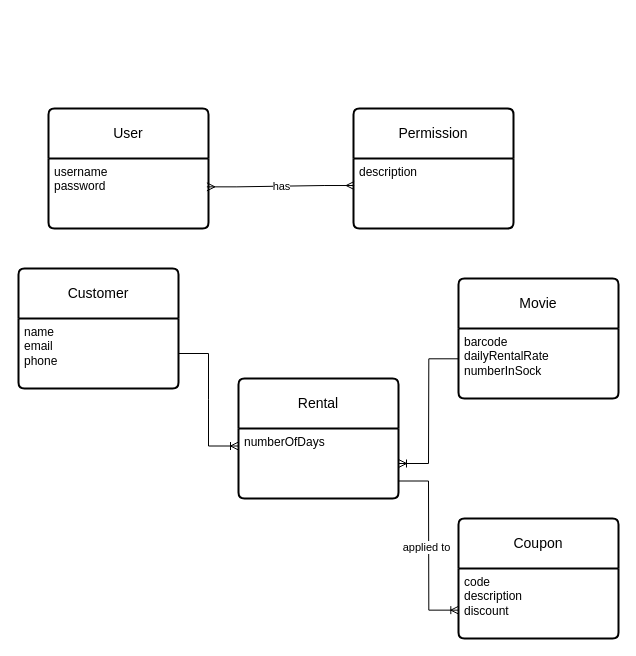
Earlier version of the draw.io diagram Vidly.drawio (NotMax0/MySQLTutorial). Source tidied: cells renumbered, new cells numbered last; positions are measured from the earlier drawing's top-left corner, leaving out a move shared by most shapes. Both pictures are drawn from the tidied source at 100%, with x=0, y=0 at pixel (18, 108).
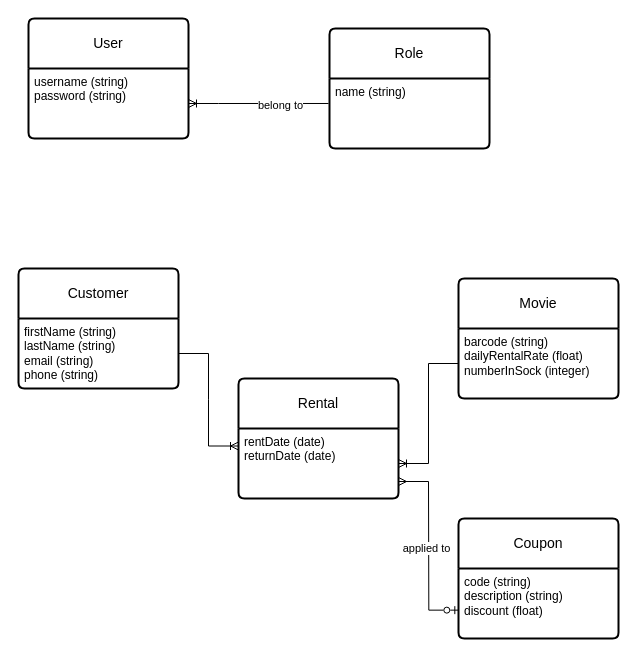
Above is the later version.

The change refers to these unchanged cells:
```xml
<mxCell id="8" value="Customer" style="swimlane;horizontal=1;startSize=50;rounded=1;fontSize=14;fontStyle=0;strokeWidth=2;shadow=0;dashed=0;align=center;arcSize=4;whiteSpace=wrap;html=1;" parent="1" vertex="1">
  <mxGeometry y="160" width="160" height="120" as="geometry" />
</mxCell>
<mxCell id="10" value="Movie" style="swimlane;horizontal=1;startSize=50;rounded=1;fontSize=14;fontStyle=0;strokeWidth=2;shadow=0;dashed=0;align=center;arcSize=4;whiteSpace=wrap;html=1;" parent="1" vertex="1">
  <mxGeometry x="440" y="170" width="160" height="120" as="geometry" />
</mxCell>
<mxCell id="12" value="Rental" style="swimlane;horizontal=1;startSize=50;rounded=1;fontSize=14;fontStyle=0;strokeWidth=2;shadow=0;dashed=0;align=center;arcSize=4;whiteSpace=wrap;html=1;" parent="1" vertex="1">
  <mxGeometry x="220" y="270" width="160" height="120" as="geometry" />
</mxCell>
<mxCell id="14" value="Coupon" style="swimlane;horizontal=1;startSize=50;rounded=1;fontSize=14;fontStyle=0;strokeWidth=2;shadow=0;dashed=0;align=center;arcSize=4;whiteSpace=wrap;html=1;" parent="1" vertex="1">
  <mxGeometry x="440" y="410" width="160" height="120" as="geometry" />
</mxCell>
```

The edit, as a diff of the source:
```diff
@@
     <mxCell id="2" value="User" style="swimlane;horizontal=1;startSize=50;rounded=1;fontSize=14;fontStyle=0;strokeWidth=2;shadow=0;dashed=0;align=center;arcSize=4;whiteSpace=wrap;html=1;" parent="1" vertex="1">
-      <mxGeometry x="30" width="160" height="120" as="geometry" />
+      <mxGeometry x="10" y="-90" width="160" height="120" as="geometry" />
     </mxCell>
-    <mxCell id="3" value="username&lt;div&gt;password&lt;/div&gt;" style="align=left;strokeColor=none;fillColor=none;spacingLeft=4;fontSize=12;verticalAlign=top;html=1;" parent="2" vertex="1">
+    <mxCell id="3" value="username (string)&lt;div&gt;password (string)&lt;/div&gt;" style="align=left;strokeColor=none;fillColor=none;spacingLeft=4;fontSize=12;verticalAlign=top;html=1;" parent="2" vertex="1">
       <mxGeometry y="50" width="160" height="70" as="geometry" />
     </mxCell>
-    <mxCell id="4" value="Permission" style="swimlane;horizontal=1;startSize=50;rounded=1;fontSize=14;fontStyle=0;strokeWidth=2;shadow=0;dashed=0;align=center;arcSize=4;whiteSpace=wrap;html=1;" parent="1" vertex="1">
-      <mxGeometry x="335" width="160" height="120" as="geometry" />
-    </mxCell>
-    <mxCell id="5" value="description" style="align=left;strokeColor=none;fillColor=none;spacingLeft=4;fontSize=12;verticalAlign=top;html=1;" parent="4" vertex="1">
-      <mxGeometry y="50" width="160" height="70" as="geometry" />
-    </mxCell>
-    <mxCell id="6" style="edgeStyle=entityRelationEdgeStyle;fontSize=12;html=1;endArrow=ERmany;startArrow=ERmany;rounded=0;exitX=0.99;exitY=0.405;exitDx=0;exitDy=0;exitPerimeter=0;entryX=0.004;entryY=0.386;entryDx=0;entryDy=0;entryPerimeter=0;" parent="1" edge="1" source="3" target="5">
-      <mxGeometry relative="1" as="geometry" />
-    </mxCell>
-    <mxCell id="7" value="has" style="edgeLabel;html=1;align=center;verticalAlign=middle;" parent="6" vertex="1">
-      <mxGeometry x="0.01" relative="1" as="geometry" />
-    </mxCell>
@@
-    <mxCell id="9" value="name&lt;div&gt;email&lt;/div&gt;&lt;div&gt;phone&lt;/div&gt;" style="align=left;strokeColor=none;fillColor=none;spacingLeft=4;fontSize=12;verticalAlign=top;html=1;" parent="8" vertex="1">
+    <mxCell id="9" value="firstName (string)&lt;div&gt;lastName (string)&lt;br&gt;&lt;div&gt;email (string)&lt;/div&gt;&lt;div&gt;phone (string)&lt;/div&gt;&lt;/div&gt;" style="align=left;strokeColor=none;fillColor=none;spacingLeft=4;fontSize=12;verticalAlign=top;html=1;" parent="8" vertex="1">
       <mxGeometry y="50" width="160" height="70" as="geometry" />
     </mxCell>
@@
-    <mxCell id="11" value="barcode&lt;div&gt;dailyRentalRate&lt;/div&gt;&lt;div&gt;numberInSock&lt;/div&gt;" style="align=left;strokeColor=none;fillColor=none;spacingLeft=4;fontSize=12;verticalAlign=top;html=1;" parent="10" vertex="1">
+    <mxCell id="11" value="barcode (string)&lt;div&gt;dailyRentalRate (float)&lt;/div&gt;&lt;div&gt;numberInSock (integer)&lt;/div&gt;" style="align=left;strokeColor=none;fillColor=none;spacingLeft=4;fontSize=12;verticalAlign=top;html=1;" parent="10" vertex="1">
       <mxGeometry y="50" width="160" height="70" as="geometry" />
     </mxCell>
@@
-    <mxCell id="13" value="numberOfDays" style="align=left;strokeColor=none;fillColor=none;spacingLeft=4;fontSize=12;verticalAlign=top;html=1;" parent="12" vertex="1">
+    <mxCell id="13" value="rentDate (date)&lt;div&gt;returnDate (date)&lt;/div&gt;" style="align=left;strokeColor=none;fillColor=none;spacingLeft=4;fontSize=12;verticalAlign=top;html=1;" parent="12" vertex="1">
       <mxGeometry y="50" width="160" height="70" as="geometry" />
     </mxCell>
@@
-    <mxCell id="15" value="code&lt;div&gt;description&lt;/div&gt;&lt;div&gt;discount&lt;/div&gt;" style="align=left;strokeColor=none;fillColor=none;spacingLeft=4;fontSize=12;verticalAlign=top;html=1;" parent="14" vertex="1">
+    <mxCell id="15" value="code (string)&lt;div&gt;description (string)&lt;/div&gt;&lt;div&gt;discount (float)&lt;/div&gt;" style="align=left;strokeColor=none;fillColor=none;spacingLeft=4;fontSize=12;verticalAlign=top;html=1;" parent="14" vertex="1">
       <mxGeometry y="50" width="160" height="70" as="geometry" />
     </mxCell>
@@
-    <mxCell id="17" style="edgeStyle=entityRelationEdgeStyle;fontSize=12;html=1;endArrow=ERoneToMany;rounded=0;entryX=1;entryY=0.5;entryDx=0;entryDy=0;exitX=0.002;exitY=0.433;exitDx=0;exitDy=0;exitPerimeter=0;" parent="1" edge="1" source="11" target="13">
+    <mxCell id="17" style="edgeStyle=entityRelationEdgeStyle;fontSize=12;html=1;endArrow=ERoneToMany;rounded=0;entryX=1;entryY=0.5;entryDx=0;entryDy=0;startArrow=baseDash;startFill=0;exitX=0;exitY=0.5;exitDx=0;exitDy=0;" parent="1" edge="1" source="11" target="13">
       <mxGeometry relative="1" as="geometry" />
     </mxCell>
-    <mxCell id="18" style="edgeStyle=entityRelationEdgeStyle;fontSize=12;html=1;endArrow=ERoneToMany;rounded=0;exitX=1;exitY=0.75;exitDx=0;exitDy=0;entryX=0.002;entryY=0.595;entryDx=0;entryDy=0;entryPerimeter=0;" parent="1" edge="1" source="13" target="15">
-      <mxGeometry relative="1" as="geometry" />
+    <mxCell id="18" style="edgeStyle=entityRelationEdgeStyle;fontSize=12;html=1;endArrow=ERzeroToOne;rounded=0;entryX=0.002;entryY=0.595;entryDx=0;entryDy=0;entryPerimeter=0;endFill=0;startArrow=ERmany;startFill=0;" parent="1" edge="1" target="15">
+      <mxGeometry relative="1" as="geometry">
+        <mxPoint x="380" y="373" as="sourcePoint" />
+      </mxGeometry>
     </mxCell>
@@
+    <mxCell id="20" value="Role" style="swimlane;horizontal=1;startSize=50;rounded=1;fontSize=14;fontStyle=0;strokeWidth=2;shadow=0;dashed=0;align=center;arcSize=4;whiteSpace=wrap;html=1;" parent="1" vertex="1">
+      <mxGeometry x="311" y="-80" width="160" height="120" as="geometry" />
+    </mxCell>
+    <mxCell id="21" value="name (string)" style="align=left;strokeColor=none;fillColor=none;spacingLeft=4;fontSize=12;verticalAlign=top;html=1;" parent="20" vertex="1">
+      <mxGeometry y="50" width="160" height="70" as="geometry" />
+    </mxCell>
+    <mxCell id="22" style="edgeStyle=entityRelationEdgeStyle;fontSize=12;html=1;endArrow=ERoneToMany;rounded=0;exitX=-0.006;exitY=0.357;exitDx=0;exitDy=0;exitPerimeter=0;" parent="1" edge="1" source="21" target="3">
+      <mxGeometry relative="1" as="geometry" />
+    </mxCell>
+    <mxCell id="23" value="belong to" style="edgeLabel;html=1;align=center;verticalAlign=middle;" parent="22" vertex="1">
+      <mxGeometry x="-0.3" y="2" relative="1" as="geometry" />
+    </mxCell>
```
